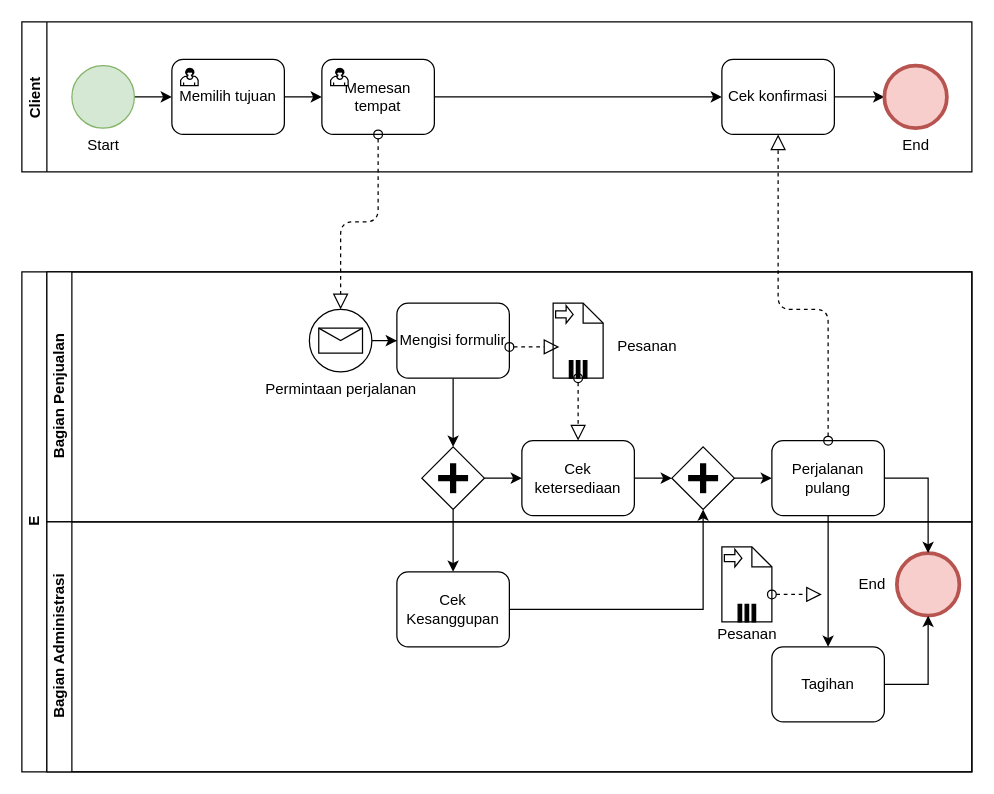
Above: Tugas/BPMN.drawio in kucingtakucin/Proses-Bisnis-dan-SIM (draw.io), before the change. Source tidied: cells renumbered, new cells numbered last; positions are measured from the earlier drawing's top-left corner, leaving out a move shared by most shapes. Both pictures are drawn from the tidied source at 125%, with x=0, y=0 at pixel (21, 21).
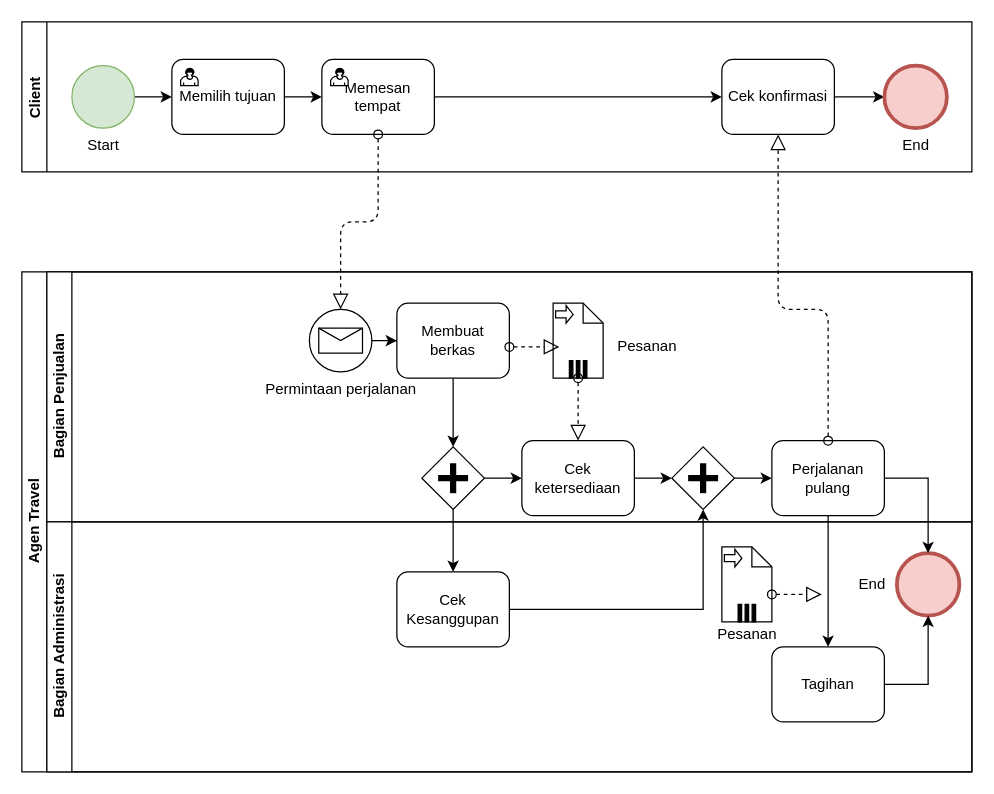
After the change.

Unchanged cells that the change refers to:
```xml
<mxCell id="15" value="Bagian Penjualan" style="swimlane;html=1;startSize=20;horizontal=0;" parent="14" vertex="1">
  <mxGeometry x="20" width="740" height="200" as="geometry" />
</mxCell>
```

Change to the diagram source:
```diff
@@
-    <mxCell id="14" value="E" style="swimlane;html=1;horizontal=0;startSize=20;" parent="1" vertex="1">
+    <mxCell id="14" value="Agen Travel" style="swimlane;html=1;horizontal=0;startSize=20;" parent="1" vertex="1">
       <mxGeometry y="200" width="760" height="400" as="geometry" />
     </mxCell>
@@
-    <mxCell id="22" value="Mengisi formulir" style="shape=ext;rounded=1;html=1;whiteSpace=wrap;" parent="15" vertex="1">
+    <mxCell id="22" value="Membuat berkas" style="shape=ext;rounded=1;html=1;whiteSpace=wrap;" parent="15" vertex="1">
       <mxGeometry x="280" y="25" width="90" height="60" as="geometry" />
     </mxCell>
```
